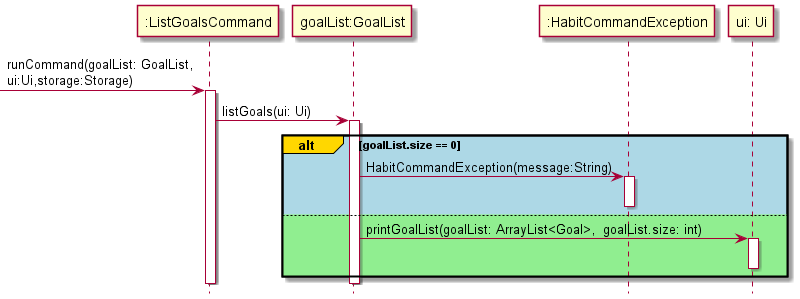
Above: docs/Diagram Images/ListGoalsCommandSequenceDiagram.png in nus-cs2113-AY2122S1/tp (PlantUML), before the change. Its diagram source:
```plantuml
@startuml
hide footbox

-> ":ListGoalsCommand": runCommand(goalList: GoalList,\nui:Ui,storage:Storage)
activate ":ListGoalsCommand"

":ListGoalsCommand" -> "goalList:GoalList":  listGoals(ui: Ui)
activate "goalList:GoalList"
alt#gold #lightblue goalList.size == 0
    "goalList:GoalList" -> ":HabitCommandException": HabitCommandException(message:String)
    activate ":HabitCommandException"
    deactivate ":HabitCommandException"

else #lightgreen
    "goalList:GoalList" -> "ui: Ui": printGoalList(goalList: ArrayList<Goal>,  goalList.size: int)
    activate "ui: Ui"
    deactivate "ui: Ui"
end
deactivate "goalList:GoalList"
deactivate ":ListGoalsCommand"

@enduml
```
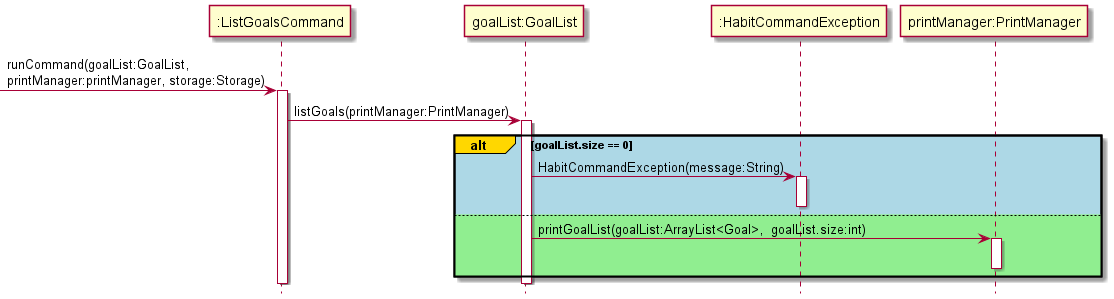
After the commit.

Diff of the diagram source:
```diff
@@ -1,10 +1,10 @@
 @startuml
-hide footbox
+!include Style.puml
 
--> ":ListGoalsCommand": runCommand(goalList: GoalList,\nui:Ui,storage:Storage)
+-> ":ListGoalsCommand": runCommand(goalList:GoalList,\nprintManager:printManager, storage:Storage)
 activate ":ListGoalsCommand"
 
-":ListGoalsCommand" -> "goalList:GoalList":  listGoals(ui: Ui)
+":ListGoalsCommand" -> "goalList:GoalList":  listGoals(printManager:PrintManager)
 activate "goalList:GoalList"
 alt#gold #lightblue goalList.size == 0
     "goalList:GoalList" -> ":HabitCommandException": HabitCommandException(message:String)
@@ -12,9 +12,9 @@
     deactivate ":HabitCommandException"
 
 else #lightgreen
-    "goalList:GoalList" -> "ui: Ui": printGoalList(goalList: ArrayList<Goal>,  goalList.size: int)
-    activate "ui: Ui"
-    deactivate "ui: Ui"
+    "goalList:GoalList" -> "printManager:PrintManager": printGoalList(goalList:ArrayList<Goal>,  goalList.size:int)
+    activate "printManager:PrintManager"
+    deactivate "printManager:PrintManager"
 end
 deactivate "goalList:GoalList"
 deactivate ":ListGoalsCommand"
```
